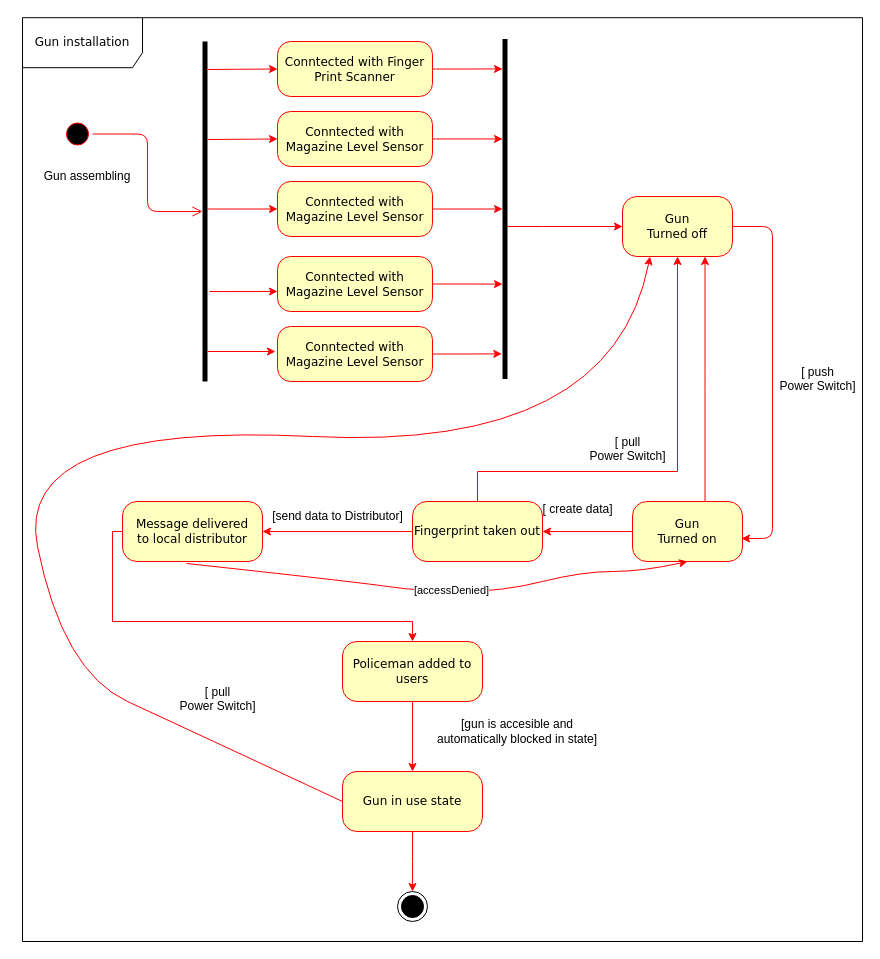
The draw.io diagram state_machine_gun_installation.drawio in mardyr/UML-and-diagrams, before the edit. Source tidied: cells renumbered, new cells numbered last; positions are measured from the earlier drawing's top-left corner, leaving out a move shared by most shapes. Both pictures are drawn from the tidied source at 100%, with x=0, y=0 at pixel (12, 17).
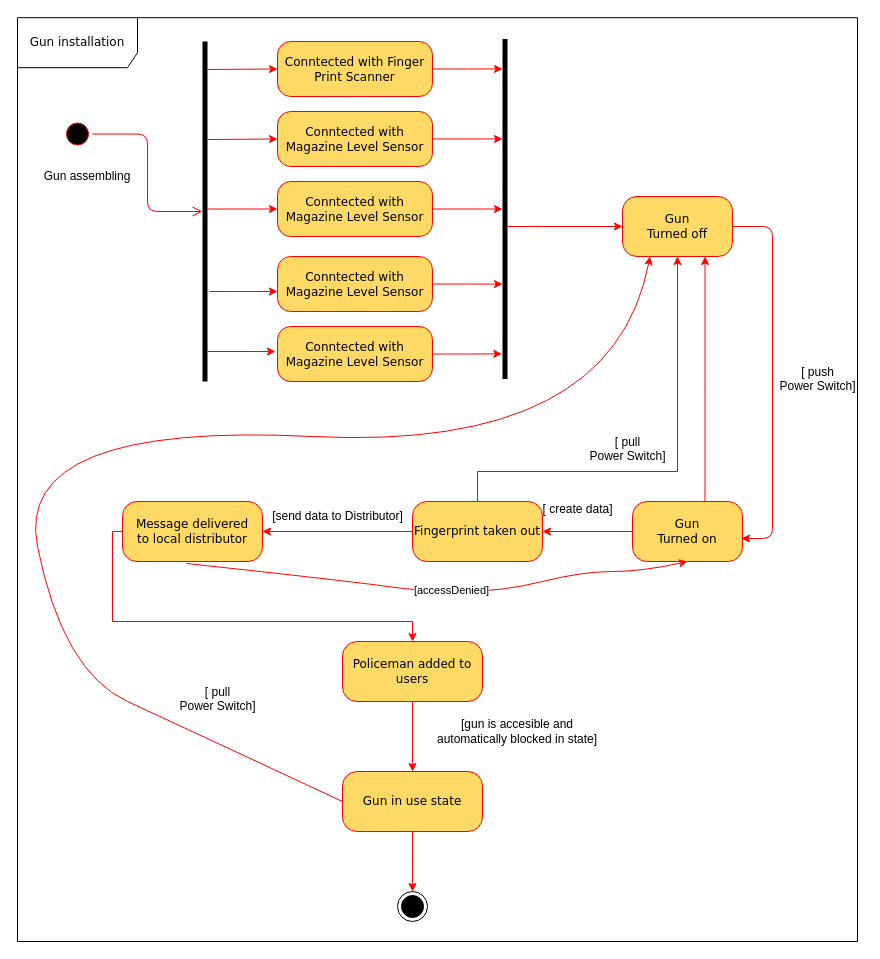
After the change.

What changed in the source:
```diff
@@
     <mxCell id="3" value="Gun installation" style="shape=umlFrame;whiteSpace=wrap;html=1;rounded=1;shadow=0;comic=0;labelBackgroundColor=none;strokeWidth=1;fontFamily=Verdana;fontSize=12;align=center;width=120;height=50;" parent="1" vertex="1">
-      <mxGeometry x="10" y="0.2" width="840" height="923.8" as="geometry" />
+      <mxGeometry x="5" y="0.2" width="840" height="923.8" as="geometry" />
     </mxCell>
@@
-    <mxCell id="9" value="Conntected with Finger Print Scanner" style="rounded=1;whiteSpace=wrap;html=1;arcSize=24;fillColor=#ffffc0;strokeColor=#ff0000;shadow=0;comic=0;labelBackgroundColor=none;fontFamily=Verdana;fontSize=12;fontColor=#000000;align=center;" parent="1" vertex="1">
+    <mxCell id="9" value="Conntected with Finger Print Scanner" style="rounded=1;whiteSpace=wrap;html=1;arcSize=24;strokeColor=#ff0000;shadow=0;comic=0;labelBackgroundColor=none;fontFamily=Verdana;fontSize=12;fontColor=#000000;align=center;fillColor=#FFD966;" parent="1" vertex="1">
       <mxGeometry x="265" y="24" width="155" height="55" as="geometry" />
     </mxCell>
@@
-    <mxCell id="12" value="&lt;div&gt;Conntected with&lt;/div&gt;&lt;div&gt;Magazine Level Sensor&lt;br&gt; &lt;/div&gt;" style="rounded=1;whiteSpace=wrap;html=1;arcSize=24;fillColor=#ffffc0;strokeColor=#ff0000;shadow=0;comic=0;labelBackgroundColor=none;fontFamily=Verdana;fontSize=12;fontColor=#000000;align=center;" parent="1" vertex="1">
+    <mxCell id="12" value="&lt;div&gt;Conntected with&lt;/div&gt;&lt;div&gt;Magazine Level Sensor&lt;br&gt; &lt;/div&gt;" style="rounded=1;whiteSpace=wrap;html=1;arcSize=24;strokeColor=#ff0000;shadow=0;comic=0;labelBackgroundColor=none;fontFamily=Verdana;fontSize=12;fontColor=#000000;align=center;fillColor=#FFD966;" parent="1" vertex="1">
       <mxGeometry x="265" y="94" width="155" height="55" as="geometry" />
     </mxCell>
@@
-    <mxCell id="15" value="&lt;div&gt;Conntected with&lt;/div&gt;&lt;div&gt;Magazine Level Sensor&lt;br&gt; &lt;/div&gt;" style="rounded=1;whiteSpace=wrap;html=1;arcSize=24;fillColor=#ffffc0;strokeColor=#ff0000;shadow=0;comic=0;labelBackgroundColor=none;fontFamily=Verdana;fontSize=12;fontColor=#000000;align=center;" parent="1" vertex="1">
+    <mxCell id="15" value="&lt;div&gt;Conntected with&lt;/div&gt;&lt;div&gt;Magazine Level Sensor&lt;br&gt; &lt;/div&gt;" style="rounded=1;whiteSpace=wrap;html=1;arcSize=24;strokeColor=#ff0000;shadow=0;comic=0;labelBackgroundColor=none;fontFamily=Verdana;fontSize=12;fontColor=#000000;align=center;fillColor=#FFD966;" parent="1" vertex="1">
       <mxGeometry x="265" y="164" width="155" height="55" as="geometry" />
     </mxCell>
@@
-    <mxCell id="17" value="&lt;div&gt;Conntected with&lt;/div&gt;&lt;div&gt;Magazine Level Sensor&lt;br&gt; &lt;/div&gt;" style="rounded=1;whiteSpace=wrap;html=1;arcSize=24;fillColor=#ffffc0;strokeColor=#ff0000;shadow=0;comic=0;labelBackgroundColor=none;fontFamily=Verdana;fontSize=12;fontColor=#000000;align=center;" parent="1" vertex="1">
+    <mxCell id="17" value="&lt;div&gt;Conntected with&lt;/div&gt;&lt;div&gt;Magazine Level Sensor&lt;br&gt; &lt;/div&gt;" style="rounded=1;whiteSpace=wrap;html=1;arcSize=24;strokeColor=#ff0000;shadow=0;comic=0;labelBackgroundColor=none;fontFamily=Verdana;fontSize=12;fontColor=#000000;align=center;fillColor=#FFD966;" parent="1" vertex="1">
       <mxGeometry x="265" y="239" width="155" height="55" as="geometry" />
     </mxCell>
@@
-    <mxCell id="21" value="&lt;div&gt;Conntected with&lt;/div&gt;&lt;div&gt;Magazine Level Sensor&lt;br&gt; &lt;/div&gt;" style="rounded=1;whiteSpace=wrap;html=1;arcSize=24;fillColor=#ffffc0;strokeColor=#ff0000;shadow=0;comic=0;labelBackgroundColor=none;fontFamily=Verdana;fontSize=12;fontColor=#000000;align=center;" parent="1" vertex="1">
+    <mxCell id="21" value="&lt;div&gt;Conntected with&lt;/div&gt;&lt;div&gt;Magazine Level Sensor&lt;br&gt; &lt;/div&gt;" style="rounded=1;whiteSpace=wrap;html=1;arcSize=24;strokeColor=#ff0000;shadow=0;comic=0;labelBackgroundColor=none;fontFamily=Verdana;fontSize=12;fontColor=#000000;align=center;fillColor=#FFD966;" parent="1" vertex="1">
       <mxGeometry x="265" y="309" width="155" height="55" as="geometry" />
     </mxCell>
@@
-    <mxCell id="24" value="&lt;div&gt;Gun&lt;/div&gt;&lt;div&gt;Turned off&lt;br&gt;&lt;/div&gt;" style="rounded=1;whiteSpace=wrap;html=1;arcSize=24;fillColor=#ffffc0;strokeColor=#ff0000;shadow=0;comic=0;labelBackgroundColor=none;fontFamily=Verdana;fontSize=12;fontColor=#000000;align=center;" parent="1" vertex="1">
+    <mxCell id="24" value="&lt;div&gt;Gun&lt;/div&gt;&lt;div&gt;Turned off&lt;br&gt;&lt;/div&gt;" style="rounded=1;whiteSpace=wrap;html=1;arcSize=24;strokeColor=#ff0000;shadow=0;comic=0;labelBackgroundColor=none;fontFamily=Verdana;fontSize=12;fontColor=#000000;align=center;fillColor=#FFD966;" parent="1" vertex="1">
       <mxGeometry x="610" y="179" width="110" height="60" as="geometry" />
     </mxCell>
@@
-    <mxCell id="27" value="&lt;div&gt;Gun&lt;/div&gt;&lt;div&gt;Turned on&lt;br&gt;&lt;/div&gt;" style="rounded=1;whiteSpace=wrap;html=1;arcSize=24;fillColor=#ffffc0;strokeColor=#ff0000;shadow=0;comic=0;labelBackgroundColor=none;fontFamily=Verdana;fontSize=12;fontColor=#000000;align=center;" parent="1" vertex="1">
+    <mxCell id="27" value="&lt;div&gt;Gun&lt;/div&gt;&lt;div&gt;Turned on&lt;br&gt;&lt;/div&gt;" style="rounded=1;whiteSpace=wrap;html=1;arcSize=24;strokeColor=#ff0000;shadow=0;comic=0;labelBackgroundColor=none;fontFamily=Verdana;fontSize=12;fontColor=#000000;align=center;fillColor=#FFD966;" parent="1" vertex="1">
       <mxGeometry x="620" y="484" width="110" height="60" as="geometry" />
     </mxCell>
@@
-    <mxCell id="33" value="Fingerprint taken out" style="rounded=1;whiteSpace=wrap;html=1;arcSize=24;fillColor=#ffffc0;strokeColor=#ff0000;shadow=0;comic=0;labelBackgroundColor=none;fontFamily=Verdana;fontSize=12;fontColor=#000000;align=center;" parent="1" vertex="1">
+    <mxCell id="33" value="Fingerprint taken out" style="rounded=1;whiteSpace=wrap;html=1;arcSize=24;strokeColor=#ff0000;shadow=0;comic=0;labelBackgroundColor=none;fontFamily=Verdana;fontSize=12;fontColor=#000000;align=center;fillColor=#FFD966;" parent="1" vertex="1">
       <mxGeometry x="400" y="484" width="130" height="60" as="geometry" />
     </mxCell>
@@
-    <mxCell id="36" value="&lt;div&gt;Message delivered&lt;/div&gt;to local distributor" style="rounded=1;whiteSpace=wrap;html=1;arcSize=24;fillColor=#ffffc0;strokeColor=#ff0000;shadow=0;comic=0;labelBackgroundColor=none;fontFamily=Verdana;fontSize=12;fontColor=#000000;align=center;" parent="1" vertex="1">
+    <mxCell id="36" value="&lt;div&gt;Message delivered&lt;/div&gt;to local distributor" style="rounded=1;whiteSpace=wrap;html=1;arcSize=24;strokeColor=#ff0000;shadow=0;comic=0;labelBackgroundColor=none;fontFamily=Verdana;fontSize=12;fontColor=#000000;align=center;fillColor=#FFD966;" parent="1" vertex="1">
       <mxGeometry x="110" y="484" width="140" height="60" as="geometry" />
     </mxCell>
@@
-    <mxCell id="41" value="Policeman added to users" style="rounded=1;whiteSpace=wrap;html=1;arcSize=24;fillColor=#ffffc0;strokeColor=#ff0000;shadow=0;comic=0;labelBackgroundColor=none;fontFamily=Verdana;fontSize=12;fontColor=#000000;align=center;" parent="1" vertex="1">
+    <mxCell id="41" value="Policeman added to users" style="rounded=1;whiteSpace=wrap;html=1;arcSize=24;strokeColor=#ff0000;shadow=0;comic=0;labelBackgroundColor=none;fontFamily=Verdana;fontSize=12;fontColor=#000000;align=center;fillColor=#FFD966;" parent="1" vertex="1">
       <mxGeometry x="330" y="624" width="140" height="60" as="geometry" />
     </mxCell>
@@
-    <mxCell id="43" value="Gun in use state" style="rounded=1;whiteSpace=wrap;html=1;arcSize=24;fillColor=#ffffc0;strokeColor=#ff0000;shadow=0;comic=0;labelBackgroundColor=none;fontFamily=Verdana;fontSize=12;fontColor=#000000;align=center;" parent="1" vertex="1">
+    <mxCell id="43" value="Gun in use state" style="rounded=1;whiteSpace=wrap;html=1;arcSize=24;strokeColor=#ff0000;shadow=0;comic=0;labelBackgroundColor=none;fontFamily=Verdana;fontSize=12;fontColor=#000000;align=center;fillColor=#FFD966;" parent="1" vertex="1">
       <mxGeometry x="330" y="754" width="140" height="60" as="geometry" />
     </mxCell>
```
